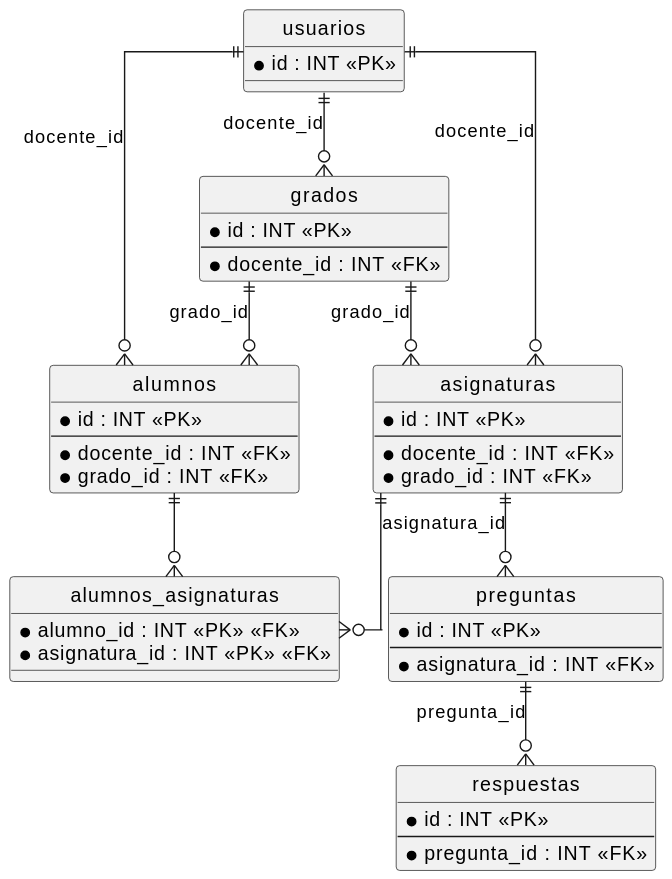
Above: images/diseño/diagramaEntidadRelacion/diagramaEntidadRelacion.svg in martinlopez7/25-26-idsw2-sdVC (PlantUML), before the change. Its diagram source:
```plantuml
@startuml
hide circle
skinparam linetype ortho

entity "usuarios" as usuarios {
  * id : INT <<PK>>
}

entity "grados" as grados {
  * id : INT <<PK>>
  --
  * docente_id : INT <<FK>>
}

entity "alumnos" as alumnos {
  * id : INT <<PK>>
  --
  * docente_id : INT <<FK>>
  * grado_id : INT <<FK>>
}

entity "asignaturas" as asignaturas {
  * id : INT <<PK>>
  --
  * docente_id : INT <<FK>>
  * grado_id : INT <<FK>>
}

entity "alumnos_asignaturas" as alumnos_asignaturas {
  * alumno_id : INT <<PK>> <<FK>>
  * asignatura_id : INT <<PK>> <<FK>>
}

entity "preguntas" as preguntas {
  * id : INT <<PK>>
  --
  * asignatura_id : INT <<FK>>
}

entity "respuestas" as respuestas {
  * id : INT <<PK>>
  --
  * pregunta_id : INT <<FK>>
}

usuarios ||--o{ grados : "docente_id"
usuarios ||--o{ alumnos : "docente_id"
grados ||--o{ alumnos : "grado_id"

usuarios ||--o{ asignaturas : "docente_id"
grados ||--o{ asignaturas : "grado_id"

alumnos ||--o{ alumnos_asignaturas : ""
asignaturas ||--o{ alumnos_asignaturas : ""

asignaturas ||--o{ preguntas : "asignatura_id"
preguntas ||--o{ respuestas : "pregunta_id"
@enduml
```
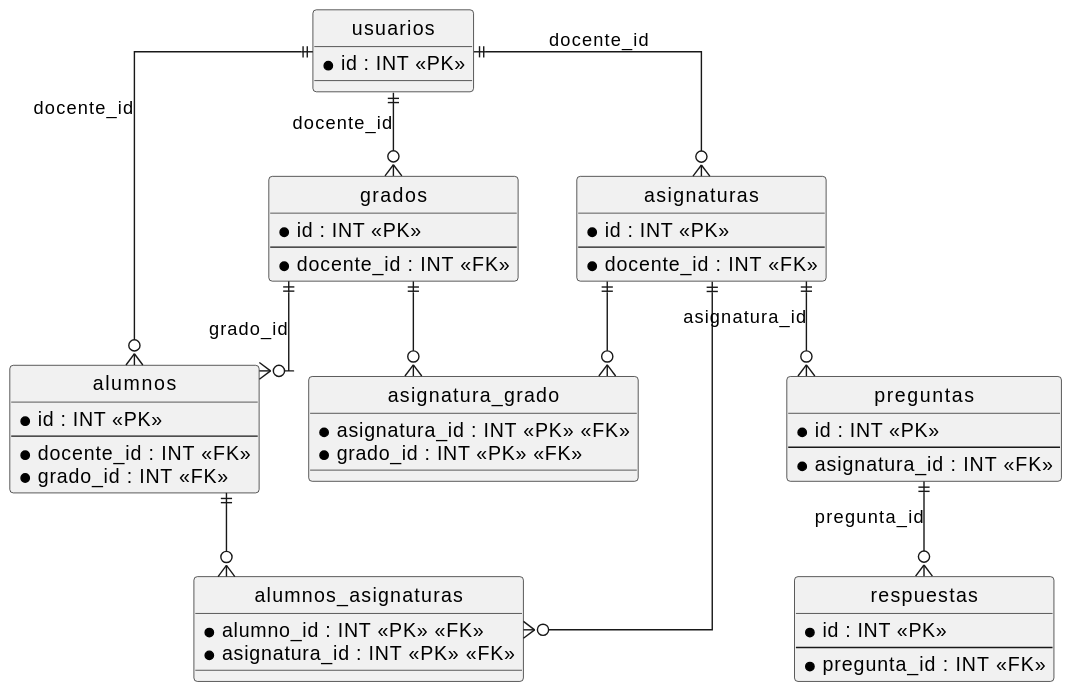
After the commit.

Commit message:
fix: correccion diagrama entidad-relacion

Diff of the diagram source:
```diff
@@ -23,12 +23,16 @@
   * id : INT <<PK>>
   --
   * docente_id : INT <<FK>>
-  * grado_id : INT <<FK>>
 }
 
 entity "alumnos_asignaturas" as alumnos_asignaturas {
   * alumno_id : INT <<PK>> <<FK>>
   * asignatura_id : INT <<PK>> <<FK>>
+}
+
+entity "asignatura_grado" as asignatura_grado {
+  * asignatura_id : INT <<PK>> <<FK>>
+  * grado_id : INT <<PK>> <<FK>>
 }
 
 entity "preguntas" as preguntas {
@@ -48,11 +52,13 @@
 grados ||--o{ alumnos : "grado_id"
 
 usuarios ||--o{ asignaturas : "docente_id"
-grados ||--o{ asignaturas : "grado_id"
 
 alumnos ||--o{ alumnos_asignaturas : ""
 asignaturas ||--o{ alumnos_asignaturas : ""
 
+asignaturas ||--o{ asignatura_grado : ""
+grados ||--o{ asignatura_grado : ""
+
 asignaturas ||--o{ preguntas : "asignatura_id"
 preguntas ||--o{ respuestas : "pregunta_id"
 @enduml
```
